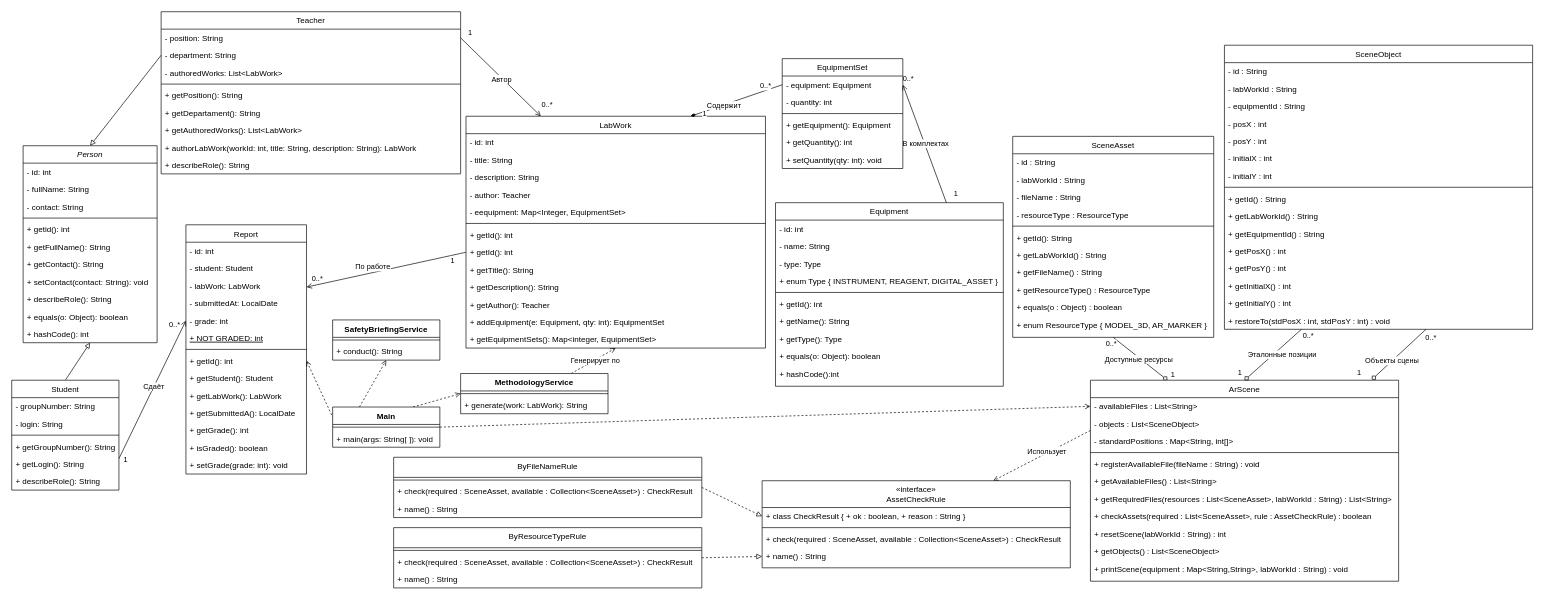
IamYonnie/Ucheb_pratc2026 keeps this draw.io diagram as models/classes.drawio. Above is the earlier version. Source tidied: cells renumbered, new cells numbered last; positions are measured from the earlier drawing's top-left corner, leaving out a move shared by most shapes. Both pictures are drawn from the tidied source at 67%, with x=0, y=0 at pixel (11, 11).
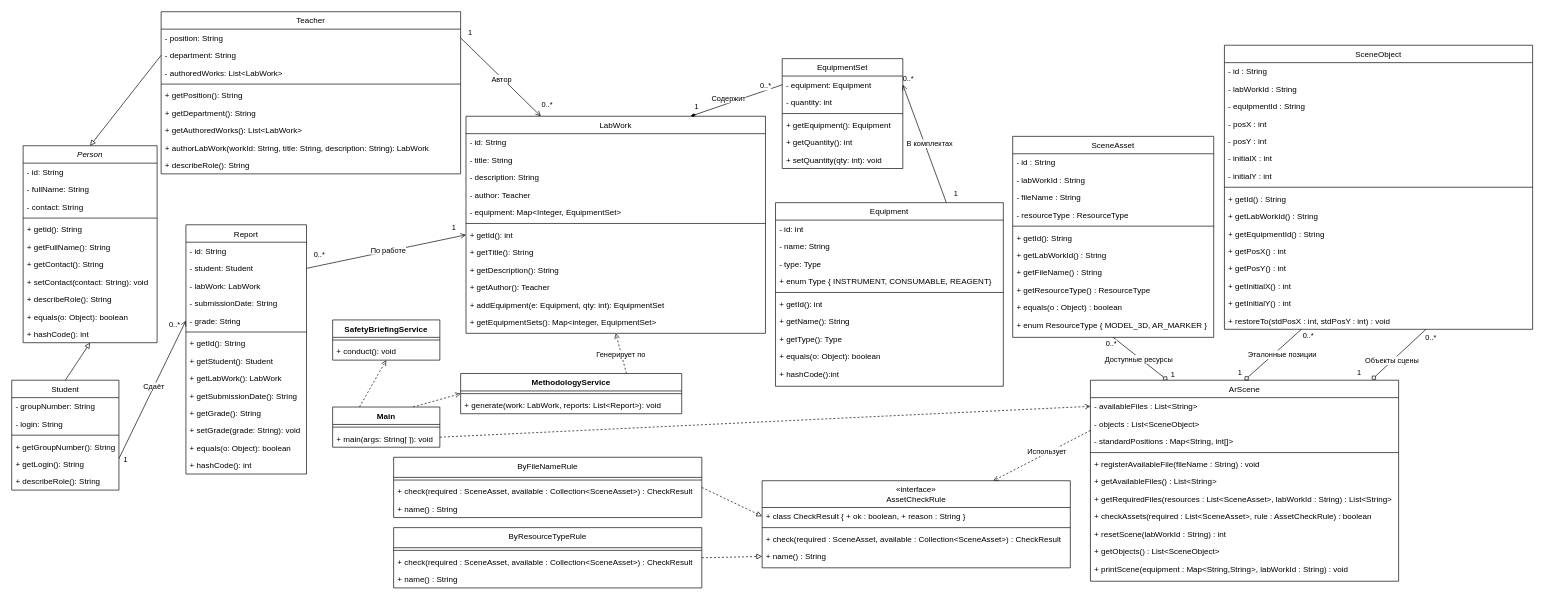
The same page after the edit.

Commit message (it also covers changes not shown here):
Исправление восьмого замечания (несовпадение диаграммы и реализации)

Unchanged cells that the change refers to:
```xml
<mxCell id="2" value="Person" style="swimlane;fontStyle=2;align=center;verticalAlign=top;horizontal=1;startSize=26;rounded=0;shadow=0;strokeWidth=1;" parent="1" vertex="1">
  <mxGeometry x="17" y="200" width="200" height="294" as="geometry" />
</mxCell>
<mxCell id="31" value="Teacher" style="swimlane;fontStyle=0;align=center;verticalAlign=top;horizontal=1;startSize=26;rounded=0;shadow=0;strokeWidth=1;" parent="1" vertex="1">
  <mxGeometry x="223" width="447" height="242" as="geometry" />
</mxCell>
<mxCell id="44" value="Main" style="swimlane;fontStyle=1;align=center;verticalAlign=top;horizontal=1;startSize=26;whiteSpace=wrap;html=1;" parent="1" vertex="1">
  <mxGeometry x="479" y="590" width="160" height="60" as="geometry" />
</mxCell>
<mxCell id="47" value="SafetyBriefingService" style="swimlane;fontStyle=1;align=center;verticalAlign=top;horizontal=1;startSize=26;whiteSpace=wrap;html=1;" parent="1" vertex="1">
  <mxGeometry x="479" y="460" width="160" height="60" as="geometry" />
</mxCell>
<mxCell id="66" value="+ getId(): int" style="text;align=left;verticalAlign=top;spacingLeft=4;spacingRight=4;overflow=hidden;points=[[0,0.5],[1,0.5]];portConstraint=eastwest;fontStyle=0;" parent="59" vertex="1">
  <mxGeometry y="164" width="447" height="26" as="geometry" />
</mxCell>
<mxCell id="73" value="Equipment" style="swimlane;fontStyle=0;align=center;verticalAlign=top;horizontal=1;startSize=26;rounded=0;shadow=0;strokeWidth=1;" parent="1" vertex="1">
  <mxGeometry x="1140" y="285" width="340" height="274" as="geometry" />
</mxCell>
<mxCell id="85" value="Report" style="swimlane;fontStyle=0;align=center;verticalAlign=top;horizontal=1;startSize=26;rounded=0;shadow=0;strokeWidth=1;" parent="1" vertex="1">
  <mxGeometry x="260" y="318" width="180" height="372" as="geometry" />
</mxCell>
<mxCell id="87" value="- student: Student" style="text;align=left;verticalAlign=top;spacingLeft=4;spacingRight=4;overflow=hidden;points=[[0,0.5],[1,0.5]];portConstraint=eastwest;rounded=0;shadow=0;html=0;" parent="85" vertex="1">
  <mxGeometry y="52" width="180" height="26" as="geometry" />
</mxCell>
<mxCell id="100" style="rounded=0;jettySize=auto;html=1;exitX=0;exitY=0.5;exitDx=0;exitDy=0;entryX=0.75;entryY=0;entryDx=0;entryDy=0;defaultLabelBackgroundColor=page;labelPadding=0 4;endArrow=diamondThin;endFill=1;" parent="1" edge="1" source="109" target="59">
  <mxGeometry relative="1" as="geometry" />
</mxCell>
<mxCell id="104" style="rounded=0;jettySize=auto;html=1;defaultLabelBackgroundColor=page;labelPadding=0 4;exitX=1;exitY=0.5;exitDx=0;exitDy=0;endArrow=none;endFill=0;entryX=0.75;entryY=0;entryDx=0;entryDy=0;startArrow=open;startFill=0;" parent="1" edge="1" source="109" target="73">
  <mxGeometry x="-0.59" relative="1" as="geometry" />
</mxCell>
<mxCell id="134" value="- availableFiles : List&lt;String&gt;" style="text;align=left;verticalAlign=top;spacingLeft=4;spacingRight=4;overflow=hidden;points=[[0,0.5],[1,0.5]];portConstraint=eastwest;" parent="133" vertex="1">
  <mxGeometry y="26" width="460" height="26" as="geometry" />
</mxCell>
```

What changed in the source:
```diff
@@
-    <mxCell id="3" value="- id: int" style="text;align=left;verticalAlign=top;spacingLeft=4;spacingRight=4;overflow=hidden;" parent="2" vertex="1">
+    <mxCell id="3" value="- id: String" style="text;align=left;verticalAlign=top;spacingLeft=4;spacingRight=4;overflow=hidden;" parent="2" vertex="1">
       <mxGeometry y="26" width="200" height="26" as="geometry" />
     </mxCell>
@@
-    <mxCell id="7" value="+ getid(): int" style="text;align=left;verticalAlign=top;spacingLeft=4;spacingRight=4;overflow=hidden;" parent="2" vertex="1">
+    <mxCell id="7" value="+ getid(): String" style="text;align=left;verticalAlign=top;spacingLeft=4;spacingRight=4;overflow=hidden;" parent="2" vertex="1">
       <mxGeometry y="112" width="200" height="26" as="geometry" />
     </mxCell>
@@
-    <mxCell id="37" value="+ getDepartament(): String" style="text;align=left;verticalAlign=top;spacingLeft=4;spacingRight=4;overflow=hidden;" parent="31" vertex="1">
+    <mxCell id="37" value="+ getDepartment(): String" style="text;align=left;verticalAlign=top;spacingLeft=4;spacingRight=4;overflow=hidden;" parent="31" vertex="1">
       <mxGeometry y="138" width="447" height="26" as="geometry" />
     </mxCell>
@@
-    <mxCell id="39" value="+ authorLabWork(workId: int, title: String, description: String): LabWork" style="text;align=left;verticalAlign=top;spacingLeft=4;spacingRight=4;overflow=hidden;" parent="31" vertex="1">
+    <mxCell id="39" value="+ authorLabWork(workId: String, title: String, description: String): LabWork" style="text;align=left;verticalAlign=top;spacingLeft=4;spacingRight=4;overflow=hidden;" parent="31" vertex="1">
       <mxGeometry y="190" width="447" height="26" as="geometry" />
     </mxCell>
@@
-    <mxCell id="43" style="rounded=0;jettySize=auto;html=1;exitX=1;exitY=0.5;exitDx=0;exitDy=0;entryX=0;entryY=0.5;entryDx=0;entryDy=0;defaultLabelBackgroundColor=page;labelPadding=0 4;dashed=1;endArrow=open;endFill=0;" parent="1" edge="1" source="44" target="134">
+    <mxCell id="43" style="rounded=0;jettySize=auto;html=1;exitX=1;exitY=0.75;exitDx=0;exitDy=0;entryX=0;entryY=0.5;entryDx=0;entryDy=0;defaultLabelBackgroundColor=page;labelPadding=0 4;dashed=1;endArrow=open;endFill=0;" parent="1" edge="1" source="44" target="134">
       <mxGeometry relative="1" as="geometry" />
     </mxCell>
@@
-    <mxCell id="49" value="+ conduct(): String" style="text;strokeColor=none;fillColor=none;align=left;verticalAlign=top;spacingLeft=4;spacingRight=4;overflow=hidden;whiteSpace=wrap;html=1;" parent="47" vertex="1">
+    <mxCell id="49" value="+ conduct(): void" style="text;strokeColor=none;fillColor=none;align=left;verticalAlign=top;spacingLeft=4;spacingRight=4;overflow=hidden;whiteSpace=wrap;html=1;" parent="47" vertex="1">
       <mxGeometry y="34" width="160" height="26" as="geometry" />
     </mxCell>
@@
     <mxCell id="52" value="MethodologyService" style="swimlane;fontStyle=1;align=center;verticalAlign=top;horizontal=1;startSize=26;whiteSpace=wrap;html=1;" parent="1" vertex="1">
-      <mxGeometry x="670" y="540" width="220" height="60" as="geometry" />
+      <mxGeometry x="670" y="540" width="330" height="60" as="geometry" />
     </mxCell>
     <mxCell id="53" style="line;strokeWidth=1;fillColor=none;align=left;verticalAlign=middle;spacingTop=-1;spacingLeft=3;spacingRight=3;labelPosition=right;strokeColor=inherit;labelPerimeter=1;" parent="52" vertex="1">
-      <mxGeometry y="26" width="220" height="8" as="geometry" />
+      <mxGeometry y="26" width="330" height="8" as="geometry" />
     </mxCell>
-    <mxCell id="54" value="+ generate(work: LabWork): String" style="text;strokeColor=none;fillColor=none;align=left;verticalAlign=top;spacingLeft=4;spacingRight=4;overflow=hidden;whiteSpace=wrap;html=1;" parent="52" vertex="1">
-      <mxGeometry y="34" width="220" height="26" as="geometry" />
+    <mxCell id="54" value="+ generate(work: LabWork, reports: List&amp;lt;Report&amp;gt;): void" style="text;strokeColor=none;fillColor=none;align=left;verticalAlign=top;spacingLeft=4;spacingRight=4;overflow=hidden;whiteSpace=wrap;html=1;" parent="52" vertex="1">
+      <mxGeometry y="34" width="330" height="26" as="geometry" />
     </mxCell>
-    <mxCell id="55" style="rounded=0;jettySize=auto;html=1;entryX=1;entryY=0.25;entryDx=0;entryDy=0;defaultLabelBackgroundColor=page;labelPadding=0 4;endArrow=open;endFill=0;curveGeometry=1;curved=1;exitX=0;exitY=0.5;exitDx=0;exitDy=0;" parent="1" edge="1" source="67" target="85">
-      <mxGeometry relative="1" as="geometry" />
-    </mxCell>
-    <mxCell id="56" value="0..*" style="edgeLabel;html=1;align=center;verticalAlign=middle;inheritText=1;defaultLabelBackgroundColor=page;labelPadding=0 4;rotation=0;" parent="55" vertex="1">
-      <mxGeometry x="0.94" relative="1" as="geometry">
-        <mxPoint x="8" y="-12" as="offset" />
-      </mxGeometry>
-    </mxCell>
-    <mxCell id="57" value="1" style="edgeLabel;html=1;align=center;verticalAlign=middle;inheritText=1;defaultLabelBackgroundColor=page;labelPadding=0 4;" parent="55" vertex="1">
-      <mxGeometry x="-0.98" y="-1" relative="1" as="geometry">
-        <mxPoint x="-18" y="13" as="offset" />
-      </mxGeometry>
-    </mxCell>
-    <mxCell id="58" value="По работе" style="edgeLabel;html=1;align=center;verticalAlign=middle;inheritText=1;defaultLabelBackgroundColor=page;labelPadding=0 4;" parent="55" vertex="1">
-      <mxGeometry x="0.17" relative="1" as="geometry">
-        <mxPoint y="-9" as="offset" />
-      </mxGeometry>
-    </mxCell>
     <mxCell id="59" value="LabWork" style="swimlane;fontStyle=0;align=center;verticalAlign=top;horizontal=1;startSize=26;rounded=0;shadow=0;strokeWidth=1;" parent="1" vertex="1">
-      <mxGeometry x="678" y="156" width="447" height="346" as="geometry" />
+      <mxGeometry x="678" y="156" width="447" height="324" as="geometry" />
     </mxCell>
-    <mxCell id="60" value="- id: int" style="text;align=left;verticalAlign=top;spacingLeft=4;spacingRight=4;overflow=hidden;" parent="59" vertex="1">
+    <mxCell id="60" value="- id: String" style="text;align=left;verticalAlign=top;spacingLeft=4;spacingRight=4;overflow=hidden;" parent="59" vertex="1">
       <mxGeometry y="26" width="447" height="26" as="geometry" />
     </mxCell>
@@
-    <mxCell id="64" value="- eequipment: Map&lt;Integer, EquipmentSet&gt;" style="text;align=left;verticalAlign=top;spacingLeft=4;spacingRight=4;overflow=hidden;rounded=0;shadow=0;html=0;" parent="59" vertex="1">
+    <mxCell id="64" value="- equipment: Map&lt;Integer, EquipmentSet&gt;" style="text;align=left;verticalAlign=top;spacingLeft=4;spacingRight=4;overflow=hidden;rounded=0;shadow=0;html=0;" parent="59" vertex="1">
       <mxGeometry y="130" width="447" height="26" as="geometry" />
     </mxCell>
@@
-    <mxCell id="67" value="+ getId(): int" style="text;align=left;verticalAlign=top;spacingLeft=4;spacingRight=4;overflow=hidden;points=[[0,0.5],[1,0.5]];portConstraint=eastwest;fontStyle=0;" parent="59" vertex="1">
-      <mxGeometry y="190" width="447" height="26" as="geometry" />
-    </mxCell>
     <mxCell id="68" value="+ getTitle(): String" style="text;align=left;verticalAlign=top;spacingLeft=4;spacingRight=4;overflow=hidden;" parent="59" vertex="1">
-      <mxGeometry y="216" width="447" height="26" as="geometry" />
+      <mxGeometry y="190" width="447" height="26" as="geometry" />
     </mxCell>
     <mxCell id="69" value="+ getDescription(): String" style="text;align=left;verticalAlign=top;spacingLeft=4;spacingRight=4;overflow=hidden;" parent="59" vertex="1">
-      <mxGeometry y="242" width="447" height="26" as="geometry" />
+      <mxGeometry y="216" width="447" height="26" as="geometry" />
     </mxCell>
     <mxCell id="70" value="+ getAuthor(): Teacher" style="text;align=left;verticalAlign=top;spacingLeft=4;spacingRight=4;overflow=hidden;" parent="59" vertex="1">
-      <mxGeometry y="268" width="447" height="26" as="geometry" />
+      <mxGeometry y="242" width="447" height="26" as="geometry" />
     </mxCell>
     <mxCell id="71" value="+ addEquipment(e: Equipment, qty: int): EquipmentSet" style="text;align=left;verticalAlign=top;spacingLeft=4;spacingRight=4;overflow=hidden;" parent="59" vertex="1">
-      <mxGeometry y="294" width="447" height="26" as="geometry" />
+      <mxGeometry y="268" width="447" height="26" as="geometry" />
     </mxCell>
     <mxCell id="72" value="+ getEquipmentSets(): Map&lt;integer, EquipmentSet&gt;" style="text;align=left;verticalAlign=top;spacingLeft=4;spacingRight=4;overflow=hidden;" parent="59" vertex="1">
-      <mxGeometry y="320" width="447" height="26" as="geometry" />
+      <mxGeometry y="294" width="447" height="26" as="geometry" />
     </mxCell>
@@
-    <mxCell id="77" value="+ enum Type { INSTRUMENT, REAGENT, DIGITAL_ASSET }" style="text;align=left;verticalAlign=top;spacingLeft=4;spacingRight=4;overflow=hidden;rounded=0;shadow=0;html=0;" parent="73" vertex="1">
+    <mxCell id="77" value="+ enum Type { INSTRUMENT, CONSUMABLE, REAGENT}" style="text;align=left;verticalAlign=top;spacingLeft=4;spacingRight=4;overflow=hidden;rounded=0;shadow=0;html=0;" parent="73" vertex="1">
       <mxGeometry y="104" width="340" height="26" as="geometry" />
     </mxCell>
@@
-    <mxCell id="84" style="rounded=0;jettySize=auto;html=1;exitX=1;exitY=0.5;exitDx=0;exitDy=0;entryX=0;entryY=0.25;entryDx=0;entryDy=0;defaultLabelBackgroundColor=page;labelPadding=0 4;startArrow=open;startFill=0;endArrow=none;endFill=0;dashed=1;" parent="1" edge="1" source="93" target="44">
-      <mxGeometry relative="1" as="geometry" />
-    </mxCell>
@@
-    <mxCell id="86" value="- id: int" style="text;align=left;verticalAlign=top;spacingLeft=4;spacingRight=4;overflow=hidden;" parent="85" vertex="1">
+    <mxCell id="86" value="- id: String" style="text;align=left;verticalAlign=top;spacingLeft=4;spacingRight=4;overflow=hidden;" parent="85" vertex="1">
       <mxGeometry y="26" width="180" height="26" as="geometry" />
     </mxCell>
@@
-    <mxCell id="89" value="- submittedAt: LocalDate" style="text;align=left;verticalAlign=top;spacingLeft=4;spacingRight=4;overflow=hidden;rounded=0;shadow=0;html=0;" parent="85" vertex="1">
+    <mxCell id="89" value="- submissionDate: String" style="text;align=left;verticalAlign=top;spacingLeft=4;spacingRight=4;overflow=hidden;rounded=0;shadow=0;html=0;" parent="85" vertex="1">
       <mxGeometry y="104" width="180" height="26" as="geometry" />
     </mxCell>
-    <mxCell id="90" value="- grade: int" style="text;align=left;verticalAlign=top;spacingLeft=4;spacingRight=4;overflow=hidden;points=[[0,0.5],[1,0.5]];portConstraint=eastwest;rounded=0;shadow=0;html=0;" parent="85" vertex="1">
+    <mxCell id="90" value="- grade: String" style="text;align=left;verticalAlign=top;spacingLeft=4;spacingRight=4;overflow=hidden;points=[[0,0.5],[1,0.5]];portConstraint=eastwest;rounded=0;shadow=0;html=0;" parent="85" vertex="1">
       <mxGeometry y="130" width="180" height="26" as="geometry" />
     </mxCell>
-    <mxCell id="91" value="+ NOT GRADED: int" style="text;align=left;verticalAlign=top;spacingLeft=4;spacingRight=4;overflow=hidden;rounded=0;shadow=0;html=0;fontStyle=4;" parent="85" vertex="1">
-      <mxGeometry y="156" width="180" height="26" as="geometry" />
-    </mxCell>
     <mxCell id="92" style="line;html=1;strokeWidth=1;align=left;verticalAlign=middle;spacingTop=-1;spacingLeft=3;spacingRight=3;labelPosition=right;" parent="85" vertex="1">
-      <mxGeometry y="182" width="180" height="8" as="geometry" />
+      <mxGeometry y="156" width="180" height="8" as="geometry" />
     </mxCell>
-    <mxCell id="93" value="+ getId(): int" style="text;align=left;verticalAlign=top;spacingLeft=4;spacingRight=4;overflow=hidden;points=[[0,0.5],[1,0.5]];portConstraint=eastwest;fontStyle=0;" parent="85" vertex="1">
-      <mxGeometry y="190" width="180" height="26" as="geometry" />
+    <mxCell id="93" value="+ getId(): String" style="text;align=left;verticalAlign=top;spacingLeft=4;spacingRight=4;overflow=hidden;points=[[0,0.5],[1,0.5]];portConstraint=eastwest;fontStyle=0;" parent="85" vertex="1">
+      <mxGeometry y="164" width="180" height="26" as="geometry" />
     </mxCell>
     <mxCell id="94" value="+ getStudent(): Student" style="text;align=left;verticalAlign=top;spacingLeft=4;spacingRight=4;overflow=hidden;" parent="85" vertex="1">
-      <mxGeometry y="216" width="180" height="26" as="geometry" />
+      <mxGeometry y="190" width="180" height="26" as="geometry" />
     </mxCell>
     <mxCell id="95" value="+ getLabWork(): LabWork" style="text;align=left;verticalAlign=top;spacingLeft=4;spacingRight=4;overflow=hidden;" parent="85" vertex="1">
-      <mxGeometry y="242" width="180" height="26" as="geometry" />
+      <mxGeometry y="216" width="180" height="26" as="geometry" />
     </mxCell>
-    <mxCell id="96" value="+ getSubmittedA(): LocalDate" style="text;align=left;verticalAlign=top;spacingLeft=4;spacingRight=4;overflow=hidden;" parent="85" vertex="1">
-      <mxGeometry y="268" width="180" height="26" as="geometry" />
+    <mxCell id="96" value="+ getSubmissionDate(): String" style="text;align=left;verticalAlign=top;spacingLeft=4;spacingRight=4;overflow=hidden;" parent="85" vertex="1">
+      <mxGeometry y="242" width="180" height="26" as="geometry" />
     </mxCell>
-    <mxCell id="97" value="+ getGrade(): int" style="text;align=left;verticalAlign=top;spacingLeft=4;spacingRight=4;overflow=hidden;" parent="85" vertex="1">
-      <mxGeometry y="294" width="180" height="26" as="geometry" />
+    <mxCell id="97" value="+ getGrade(): String" style="text;align=left;verticalAlign=top;spacingLeft=4;spacingRight=4;overflow=hidden;" parent="85" vertex="1">
+      <mxGeometry y="268" width="180" height="26" as="geometry" />
     </mxCell>
+    <mxCell id="99" value="+ setGrade(grade: String): void" style="text;align=left;verticalAlign=top;spacingLeft=4;spacingRight=4;overflow=hidden;" parent="85" vertex="1">
+      <mxGeometry y="294" width="180" height="26" as="geometry" />
+    </mxCell>
-    <mxCell id="98" value="+ isGraded(): boolean" style="text;align=left;verticalAlign=top;spacingLeft=4;spacingRight=4;overflow=hidden;" parent="85" vertex="1">
+    <mxCell id="98" value="+ equals(o: Object): boolean" style="text;align=left;verticalAlign=top;spacingLeft=4;spacingRight=4;overflow=hidden;" parent="85" vertex="1">
       <mxGeometry y="320" width="180" height="26" as="geometry" />
     </mxCell>
-    <mxCell id="99" value="+ setGrade(grade: int): void" style="text;align=left;verticalAlign=top;spacingLeft=4;spacingRight=4;overflow=hidden;" parent="85" vertex="1">
-      <mxGeometry y="346" width="180" height="26" as="geometry" />
-    </mxCell>
+    <mxCell id="185" value="+ hashCode(): int" style="text;align=left;verticalAlign=top;spacingLeft=4;spacingRight=4;overflow=hidden;" parent="85" vertex="1">
+      <mxGeometry y="346" width="180" height="26" as="geometry" />
+    </mxCell>
@@
     <mxCell id="101" value="1" style="edgeLabel;html=1;align=center;verticalAlign=middle;inheritText=1;defaultLabelBackgroundColor=page;labelPadding=0 4;" parent="100" vertex="1">
       <mxGeometry x="0.84" y="1" relative="1" as="geometry">
-        <mxPoint x="9" y="-2" as="offset" />
+        <mxPoint x="-3" y="-12" as="offset" />
       </mxGeometry>
     </mxCell>
@@
     <mxCell id="103" value="Содержит" style="edgeLabel;html=1;align=center;verticalAlign=middle;inheritText=1;defaultLabelBackgroundColor=page;labelPadding=0 4;" parent="100" vertex="1">
       <mxGeometry x="0.08" y="-4" relative="1" as="geometry">
-        <mxPoint x="-12" y="9" as="offset" />
+        <mxPoint x="-5" y="-1" as="offset" />
       </mxGeometry>
     </mxCell>
@@
     <mxCell id="107" value="В комплектах" style="edgeLabel;html=1;align=center;verticalAlign=middle;inheritText=1;defaultLabelBackgroundColor=page;labelPadding=0 4;" parent="104" vertex="1">
       <mxGeometry x="-0.02" y="4" relative="1" as="geometry">
-        <mxPoint x="-2" y="3" as="offset" />
+        <mxPoint x="4" y="3" as="offset" />
       </mxGeometry>
     </mxCell>
@@
+    <mxCell id="55" style="rounded=0;jettySize=auto;html=1;entryX=0;entryY=0.5;entryDx=0;entryDy=0;defaultLabelBackgroundColor=page;labelPadding=0 4;endArrow=open;endFill=0;curveGeometry=1;curved=1;exitX=1;exitY=0.5;exitDx=0;exitDy=0;" parent="1" edge="1" source="87" target="66">
+      <mxGeometry relative="1" as="geometry" />
+    </mxCell>
+    <mxCell id="56" value="0..*" style="edgeLabel;html=1;align=center;verticalAlign=middle;inheritText=1;defaultLabelBackgroundColor=page;labelPadding=0 4;rotation=0;" parent="55" vertex="1">
+      <mxGeometry x="0.94" relative="1" as="geometry">
+        <mxPoint x="-212" y="28" as="offset" />
+      </mxGeometry>
+    </mxCell>
+    <mxCell id="57" value="1" style="edgeLabel;html=1;align=center;verticalAlign=middle;inheritText=1;defaultLabelBackgroundColor=page;labelPadding=0 4;" parent="55" vertex="1">
+      <mxGeometry x="-0.98" y="-1" relative="1" as="geometry">
+        <mxPoint x="217" y="-62" as="offset" />
+      </mxGeometry>
+    </mxCell>
+    <mxCell id="58" value="По работе" style="edgeLabel;html=1;align=center;verticalAlign=middle;inheritText=1;defaultLabelBackgroundColor=page;labelPadding=0 4;" parent="55" vertex="1">
+      <mxGeometry x="0.18" relative="1" as="geometry">
+        <mxPoint x="-18" y="2" as="offset" />
+      </mxGeometry>
+    </mxCell>
```
